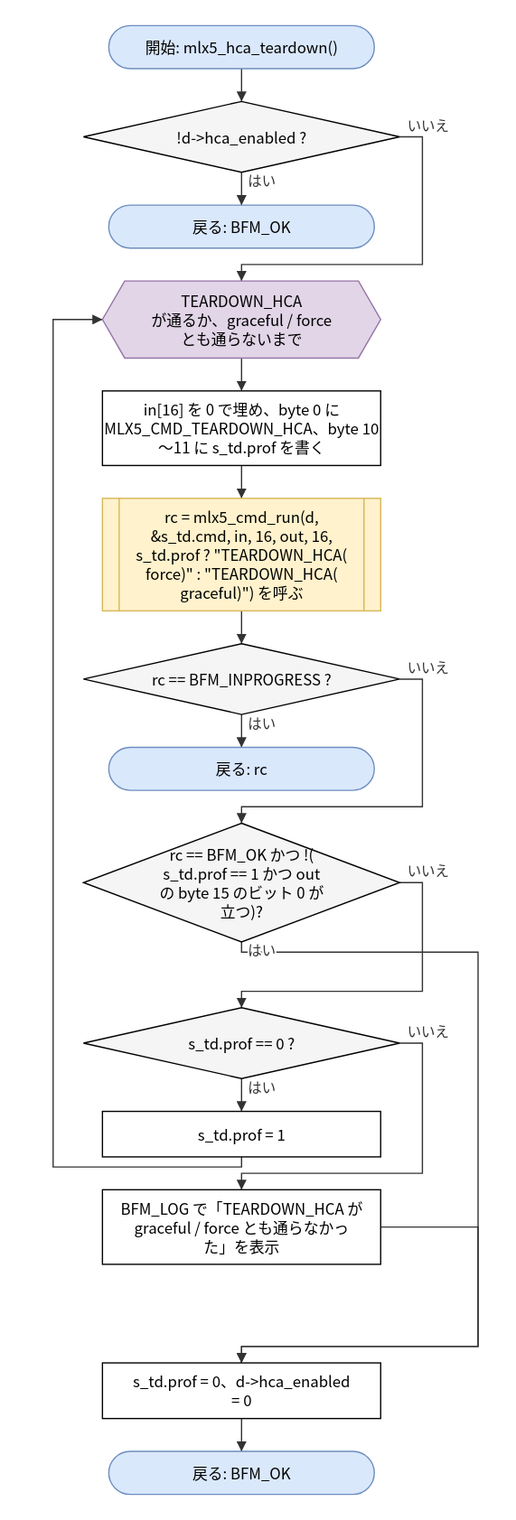
Earlier version of the draw.io export doc/spec/images/flow_src_mlx5_hca-mlx5_hca_teardown.drawio.svg (hf355051012-ai/bfmem). Source tidied: cells renumbered, new cells last; positions are measured from the earlier drawing's top-left corner, leaving out a move shared by most shapes.
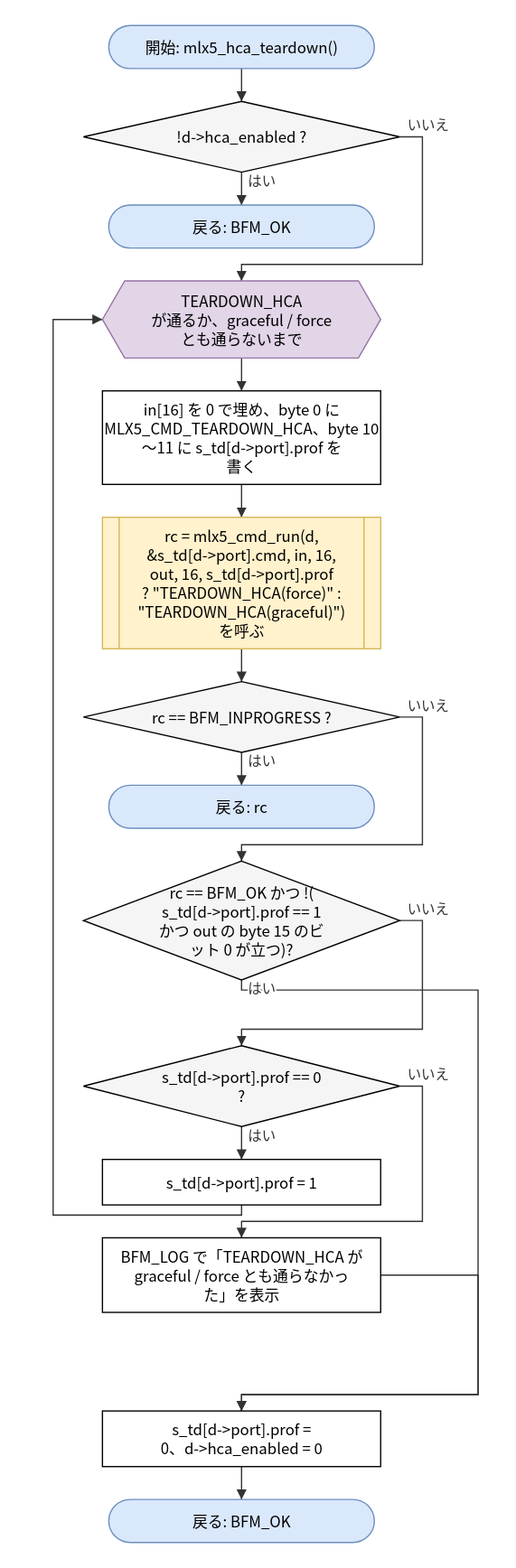
Above is the later version.

Change to the diagram source:
```diff
@@ -14,35 +14,35 @@
     <mxCell id="5" value="TEARDOWN_HCA&lt;br&gt;が通るか、graceful / force&lt;br&gt;とも通らないまで" style="shape=hexagon;perimeter=hexagonPerimeter2;whiteSpace=wrap;html=1;size=0.08;fillColor=#e1d5e7;strokeColor=#9673a6;" parent="1" vertex="1">
       <mxGeometry x="39" y="202" width="220" height="61" as="geometry" />
     </mxCell>
-    <mxCell id="6" value="in[16] を 0 で埋め、byte 0 に&lt;br&gt;MLX5_CMD_TEARDOWN_HCA、byte 10&lt;br&gt;〜11 に s_td.prof を書く" style="rounded=0;whiteSpace=wrap;html=1;" parent="1" vertex="1">
-      <mxGeometry x="39" y="289" width="220" height="59" as="geometry" />
+    <mxCell id="6" value="in[16] を 0 で埋め、byte 0 に&lt;br&gt;MLX5_CMD_TEARDOWN_HCA、byte 10&lt;br&gt;〜11 に s_td[d-&amp;gt;port].prof を&lt;br&gt;書く" style="rounded=0;whiteSpace=wrap;html=1;" parent="1" vertex="1">
+      <mxGeometry x="39" y="289" width="220" height="74" as="geometry" />
     </mxCell>
-    <mxCell id="7" value="rc = mlx5_cmd_run(d,&lt;br&gt;&amp;amp;s_td.cmd, in, 16, out, 16,&lt;br&gt;s_td.prof ? &amp;quot;TEARDOWN_HCA(&lt;br&gt;force)&amp;quot; : &amp;quot;TEARDOWN_HCA(&lt;br&gt;graceful)&amp;quot;) を呼ぶ" style="shape=process;whiteSpace=wrap;html=1;backgroundOutline=1;size=0.06;fillColor=#fff2cc;strokeColor=#d6b656;" parent="1" vertex="1">
-      <mxGeometry x="39" y="374" width="220" height="89" as="geometry" />
+    <mxCell id="7" value="rc = mlx5_cmd_run(d,&lt;br&gt;&amp;amp;s_td[d-&amp;gt;port].cmd, in, 16,&lt;br&gt;out, 16, s_td[d-&amp;gt;port].prof&lt;br&gt;? &amp;quot;TEARDOWN_HCA(force)&amp;quot; :&lt;br&gt;&amp;quot;TEARDOWN_HCA(graceful)&amp;quot;)&lt;br&gt;を呼ぶ" style="shape=process;whiteSpace=wrap;html=1;backgroundOutline=1;size=0.06;fillColor=#fff2cc;strokeColor=#d6b656;" parent="1" vertex="1">
+      <mxGeometry x="39" y="389" width="220" height="104" as="geometry" />
     </mxCell>
     <mxCell id="8" value="rc == BFM_INPROGRESS ?" style="rhombus;whiteSpace=wrap;html=1;fillColor=#f5f5f5;" parent="1" vertex="1">
-      <mxGeometry x="24" y="489" width="250" height="56" as="geometry" />
+      <mxGeometry x="24" y="519" width="250" height="56" as="geometry" />
     </mxCell>
     <mxCell id="9" value="戻る: rc" style="rounded=1;arcSize=50;whiteSpace=wrap;html=1;fillColor=#dae8fc;strokeColor=#6c8ebf;" parent="1" vertex="1">
-      <mxGeometry x="44" y="571" width="210" height="34" as="geometry" />
+      <mxGeometry x="44" y="601" width="210" height="34" as="geometry" />
     </mxCell>
-    <mxCell id="10" value="rc == BFM_OK かつ !(&lt;br&gt;s_td.prof == 1 かつ out&lt;br&gt;の byte 15 のビット 0 が&lt;br&gt;立つ)?" style="rhombus;whiteSpace=wrap;html=1;fillColor=#f5f5f5;" parent="1" vertex="1">
-      <mxGeometry x="24" y="631" width="250" height="94" as="geometry" />
+    <mxCell id="10" value="rc == BFM_OK かつ !(&lt;br&gt;s_td[d-&amp;gt;port].prof == 1&lt;br&gt;かつ out の byte 15 のビ&lt;br&gt;ット 0 が立つ)?" style="rhombus;whiteSpace=wrap;html=1;fillColor=#f5f5f5;" parent="1" vertex="1">
+      <mxGeometry x="24" y="661" width="250" height="94" as="geometry" />
     </mxCell>
-    <mxCell id="11" value="s_td.prof == 0 ?" style="rhombus;whiteSpace=wrap;html=1;fillColor=#f5f5f5;" parent="1" vertex="1">
-      <mxGeometry x="24" y="777" width="250" height="56" as="geometry" />
+    <mxCell id="11" value="s_td[d-&amp;gt;port].prof == 0&lt;br&gt;?" style="rhombus;whiteSpace=wrap;html=1;fillColor=#f5f5f5;" parent="1" vertex="1">
+      <mxGeometry x="24" y="807" width="250" height="64" as="geometry" />
     </mxCell>
-    <mxCell id="12" value="s_td.prof = 1" style="rounded=0;whiteSpace=wrap;html=1;" parent="1" vertex="1">
-      <mxGeometry x="39" y="859" width="220" height="36" as="geometry" />
+    <mxCell id="12" value="s_td[d-&amp;gt;port].prof = 1" style="rounded=0;whiteSpace=wrap;html=1;" parent="1" vertex="1">
+      <mxGeometry x="39" y="897" width="220" height="36" as="geometry" />
     </mxCell>
     <mxCell id="13" value="BFM_LOG で「TEARDOWN_HCA が&lt;br&gt;graceful / force とも通らなかっ&lt;br&gt;た」を表示" style="rounded=0;whiteSpace=wrap;html=1;" parent="1" vertex="1">
-      <mxGeometry x="39" y="921" width="220" height="59" as="geometry" />
+      <mxGeometry x="39" y="959" width="220" height="59" as="geometry" />
     </mxCell>
-    <mxCell id="14" value="s_td.prof = 0、d-&amp;gt;hca_enabled&lt;br&gt;= 0" style="rounded=0;whiteSpace=wrap;html=1;" parent="1" vertex="1">
-      <mxGeometry x="39" y="1058" width="220" height="44" as="geometry" />
+    <mxCell id="14" value="s_td[d-&amp;gt;port].prof =&lt;br&gt;0、d-&amp;gt;hca_enabled = 0" style="rounded=0;whiteSpace=wrap;html=1;" parent="1" vertex="1">
+      <mxGeometry x="39" y="1096" width="220" height="44" as="geometry" />
     </mxCell>
     <mxCell id="15" value="戻る: BFM_OK" style="rounded=1;arcSize=50;whiteSpace=wrap;html=1;fillColor=#dae8fc;strokeColor=#6c8ebf;" parent="1" vertex="1">
-      <mxGeometry x="44" y="1128" width="210" height="34" as="geometry" />
+      <mxGeometry x="44" y="1166" width="210" height="34" as="geometry" />
     </mxCell>
     <mxCell id="16" style="edgeStyle=none;html=1;rounded=0;endArrow=block;endFill=1;exitX=0.5000;exitY=1.0000;exitDx=0;exitDy=0;exitPerimeter=0;entryX=0.5000;entryY=0.0000;entryDx=0;entryDy=0;entryPerimeter=0;" parent="1" edge="1" source="2" target="3">
       <mxGeometry relative="1" as="geometry" />
@@ -74,18 +74,18 @@
     <mxCell id="23" value="いいえ" style="edgeStyle=none;html=1;rounded=0;endArrow=block;endFill=1;exitX=1.0000;exitY=0.5000;exitDx=0;exitDy=0;exitPerimeter=0;entryX=0.5000;entryY=0.0000;entryDx=0;entryDy=0;entryPerimeter=0;" parent="1" edge="1" source="8" target="10">
       <mxGeometry relative="1" as="geometry">
         <Array as="points">
-          <mxPoint x="292" y="517" />
-          <mxPoint x="292" y="618" />
-          <mxPoint x="149" y="618" />
+          <mxPoint x="292" y="547" />
+          <mxPoint x="292" y="648" />
+          <mxPoint x="149" y="648" />
         </Array>
       </mxGeometry>
     </mxCell>
     <mxCell id="24" value="いいえ" style="edgeStyle=none;html=1;rounded=0;endArrow=block;endFill=1;exitX=1.0000;exitY=0.5000;exitDx=0;exitDy=0;exitPerimeter=0;entryX=0.5000;entryY=0.0000;entryDx=0;entryDy=0;entryPerimeter=0;" parent="1" edge="1" source="10" target="11">
       <mxGeometry relative="1" as="geometry">
         <Array as="points">
-          <mxPoint x="292" y="678" />
-          <mxPoint x="292" y="764" />
-          <mxPoint x="149" y="764" />
+          <mxPoint x="292" y="708" />
+          <mxPoint x="292" y="794" />
+          <mxPoint x="149" y="794" />
         </Array>
       </mxGeometry>
     </mxCell>
@@ -95,17 +95,17 @@
     <mxCell id="26" value="いいえ" style="edgeStyle=none;html=1;rounded=0;endArrow=block;endFill=1;exitX=1.0000;exitY=0.5000;exitDx=0;exitDy=0;exitPerimeter=0;entryX=0.5000;entryY=0.0000;entryDx=0;entryDy=0;entryPerimeter=0;" parent="1" edge="1" source="11" target="13">
       <mxGeometry relative="1" as="geometry">
         <Array as="points">
-          <mxPoint x="292" y="805" />
-          <mxPoint x="292" y="908" />
-          <mxPoint x="149" y="908" />
+          <mxPoint x="292" y="839" />
+          <mxPoint x="292" y="946" />
+          <mxPoint x="149" y="946" />
         </Array>
       </mxGeometry>
     </mxCell>
     <mxCell id="27" style="edgeStyle=none;html=1;rounded=0;endArrow=block;endFill=1;exitX=0.5000;exitY=1.0000;exitDx=0;exitDy=0;exitPerimeter=0;entryX=0.0000;entryY=0.5000;entryDx=0;entryDy=0;entryPerimeter=0;" parent="1" edge="1" source="12" target="5">
       <mxGeometry relative="1" as="geometry">
         <Array as="points">
-          <mxPoint x="149" y="903" />
-          <mxPoint y="903" />
+          <mxPoint x="149" y="941" />
+          <mxPoint y="941" />
           <mxPoint y="232.5" />
         </Array>
       </mxGeometry>
@@ -113,19 +113,19 @@
     <mxCell id="28" value="はい" style="edgeStyle=none;html=1;rounded=0;endArrow=block;endFill=1;exitX=0.5000;exitY=1.0000;exitDx=0;exitDy=0;exitPerimeter=0;entryX=0.5000;entryY=0.0000;entryDx=0;entryDy=0;entryPerimeter=0;" parent="1" edge="1" source="10" target="14">
       <mxGeometry relative="1" as="geometry">
         <Array as="points">
-          <mxPoint x="149" y="733" />
-          <mxPoint x="336" y="733" />
-          <mxPoint x="336" y="1045" />
-          <mxPoint x="149" y="1045" />
+          <mxPoint x="149" y="763" />
+          <mxPoint x="336" y="763" />
+          <mxPoint x="336" y="1083" />
+          <mxPoint x="149" y="1083" />
         </Array>
       </mxGeometry>
     </mxCell>
     <mxCell id="29" style="edgeStyle=none;html=1;rounded=0;endArrow=block;endFill=1;exitX=1.0000;exitY=0.5000;exitDx=0;exitDy=0;exitPerimeter=0;entryX=0.5000;entryY=0.0000;entryDx=0;entryDy=0;entryPerimeter=0;" parent="1" edge="1" source="13" target="14">
       <mxGeometry relative="1" as="geometry">
         <Array as="points">
-          <mxPoint x="336" y="950.5" />
-          <mxPoint x="336" y="1045" />
-          <mxPoint x="149" y="1045" />
+          <mxPoint x="336" y="988.5" />
+          <mxPoint x="336" y="1083" />
+          <mxPoint x="149" y="1083" />
         </Array>
       </mxGeometry>
     </mxCell>
```
